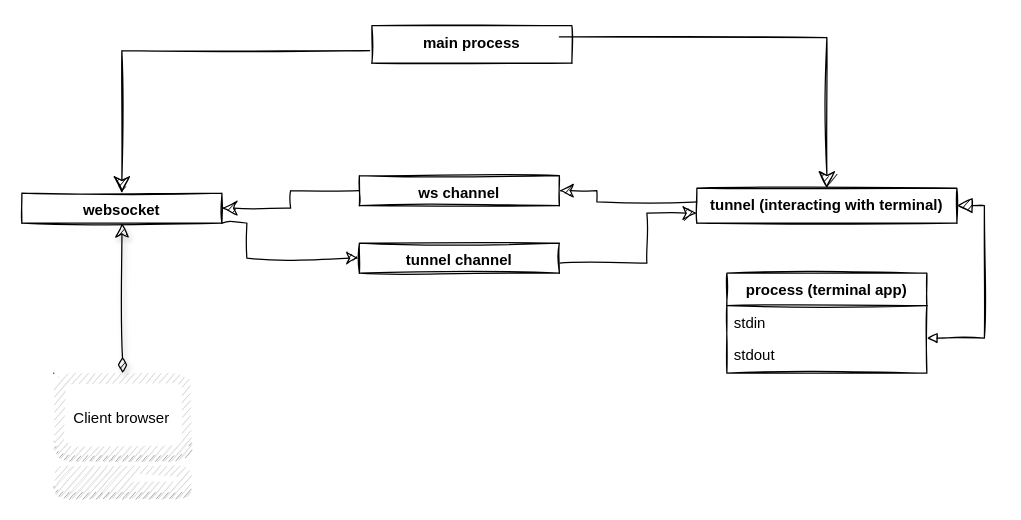
The draw.io diagram diagram.drawio in hamidb80/code_anime, before the edit. Source tidied: cells renumbered, new cells numbered last; positions are measured from the earlier drawing's top-left corner, leaving out a move shared by most shapes. Both pictures are drawn from the tidied source at 125%, with x=0, y=0 at pixel (21, 25).
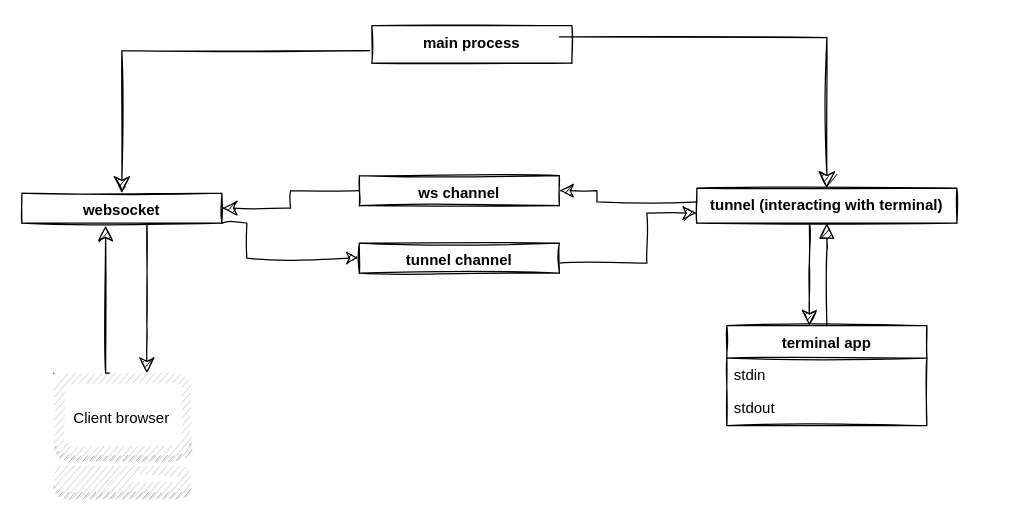
Above is the later version.

The change refers to these unchanged cells:
```xml
<mxCell id="3" value="websocket " style="swimlane;fontStyle=1;align=center;verticalAlign=top;horizontal=1;startSize=26;rounded=0;shadow=0;strokeWidth=1;sketch=1;" parent="1" vertex="1">
  <mxGeometry y="134" width="160" height="24" as="geometry" />
</mxCell>
<mxCell id="8" value="tunnel (interacting with terminal)" style="swimlane;fontStyle=1;align=center;verticalAlign=top;horizontal=1;startSize=28;rounded=0;shadow=0;strokeWidth=1;sketch=1;" parent="1" vertex="1">
  <mxGeometry x="540" y="130" width="208" height="28" as="geometry" />
</mxCell>
<mxCell id="19" style="outlineConnect=0;dashed=0;verticalLabelPosition=bottom;verticalAlign=top;align=center;html=1;shape=mxgraph.aws3.management_console;fillColor=#D2D3D3;gradientColor=none;sketch=1;" parent="18" vertex="1">
  <mxGeometry x="1" width="110" height="100" as="geometry" />
</mxCell>
```

Diff of the diagram source:
```diff
@@
+    <mxCell id="21" style="edgeStyle=orthogonalEdgeStyle;rounded=0;sketch=1;jettySize=auto;html=1;startSize=10;endSize=10;" parent="1" edge="1" source="3" target="19">
+      <mxGeometry relative="1" as="geometry">
+        <Array as="points">
+          <mxPoint x="100" y="240" />
+          <mxPoint x="100" y="240" />
+        </Array>
+      </mxGeometry>
+    </mxCell>
@@
-    <mxCell id="4" value="process (terminal app)" style="swimlane;fontStyle=1;align=center;verticalAlign=top;horizontal=1;startSize=26;rounded=0;shadow=0;strokeWidth=1;sketch=1;" parent="1" vertex="1">
-      <mxGeometry x="564" y="198" width="160" height="80" as="geometry" />
+    <mxCell id="4" value="terminal app" style="swimlane;fontStyle=1;align=center;verticalAlign=top;horizontal=1;startSize=26;rounded=0;shadow=0;strokeWidth=1;sketch=1;" parent="1" vertex="1">
+      <mxGeometry x="564" y="240" width="160" height="80" as="geometry" />
     </mxCell>
@@
-    <mxCell id="7" style="endArrow=block;endSize=10;endFill=1;shadow=0;strokeWidth=1;rounded=0;edgeStyle=elbowEdgeStyle;elbow=vertical;noJump=0;flowAnimation=1;backgroundOutline=0;sketch=1;jumpStyle=none;startArrow=block;startFill=0;" parent="1" edge="1" source="4" target="8">
+    <mxCell id="7" style="endArrow=block;endSize=10;endFill=1;shadow=0;strokeWidth=1;rounded=0;edgeStyle=elbowEdgeStyle;elbow=vertical;noJump=0;flowAnimation=1;backgroundOutline=0;sketch=1;jumpStyle=none;startArrow=none;startFill=0;" parent="1" edge="1" source="4" target="8">
       <mxGeometry relative="1" as="geometry">
         <Array as="points">
+          <mxPoint x="644" y="180" />
+          <mxPoint x="670" y="190" />
           <mxPoint x="770" y="250" />
           <mxPoint x="460" y="260" />
           <mxPoint x="380" y="135" />
           <mxPoint x="410" y="220" />
           <mxPoint x="380" y="330" />
         </Array>
       </mxGeometry>
     </mxCell>
@@
-    <mxCell id="17" style="edgeStyle=orthogonalEdgeStyle;curved=1;rounded=1;sketch=1;disableMultiStroke=1;jumpStyle=none;jumpSize=6;jettySize=auto;html=1;entryX=0.5;entryY=1;entryDx=0;entryDy=0;shadow=1;startArrow=diamondThin;startFill=1;endFill=1;endSize=9;startSize=10;" parent="1" edge="1" source="19" target="3">
-      <mxGeometry relative="1" as="geometry" />
-    </mxCell>
@@
+    <mxCell id="22" style="endArrow=none;endSize=10;endFill=0;shadow=0;strokeWidth=1;rounded=0;edgeStyle=elbowEdgeStyle;elbow=vertical;noJump=0;flowAnimation=1;backgroundOutline=0;sketch=1;jumpStyle=none;startArrow=classic;startFill=1;startSize=10;" parent="1" edge="1" source="4">
+      <mxGeometry relative="1" as="geometry">
+        <mxPoint x="630" y="158" as="targetPoint" />
+        <Array as="points">
+          <mxPoint x="630" y="190" />
+          <mxPoint x="730" y="250" />
+          <mxPoint x="420" y="260" />
+          <mxPoint x="340" y="135" />
+          <mxPoint x="370" y="220" />
+          <mxPoint x="340" y="330" />
+        </Array>
+      </mxGeometry>
+    </mxCell>
+    <mxCell id="23" style="edgeStyle=orthogonalEdgeStyle;rounded=0;orthogonalLoop=1;jettySize=auto;html=1;sketch=1;endSize=10;startSize=10;" parent="1" edge="1">
+      <mxGeometry relative="1" as="geometry">
+        <mxPoint x="70" y="278" as="sourcePoint" />
+        <mxPoint x="67" y="160" as="targetPoint" />
+        <Array as="points">
+          <mxPoint x="67" y="278" />
+        </Array>
+      </mxGeometry>
+    </mxCell>
```
